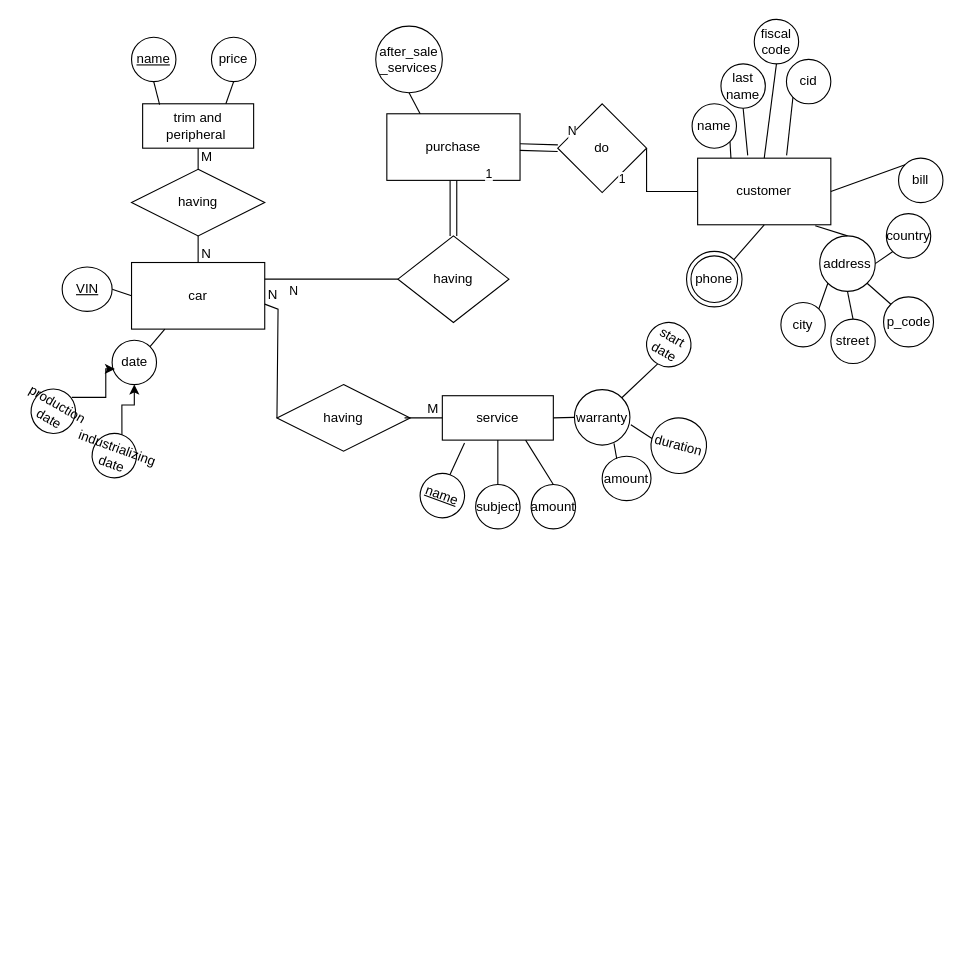
Before: car_manufactoring_conceptual.drawio in mohsenshahii/database, a draw.io diagram. Source tidied: cells renumbered, new cells numbered last; positions are measured from the earlier drawing's top-left corner, leaving out a move shared by most shapes. Both pictures are drawn from the tidied source at 111%, with x=0, y=0 at pixel (30, 19).
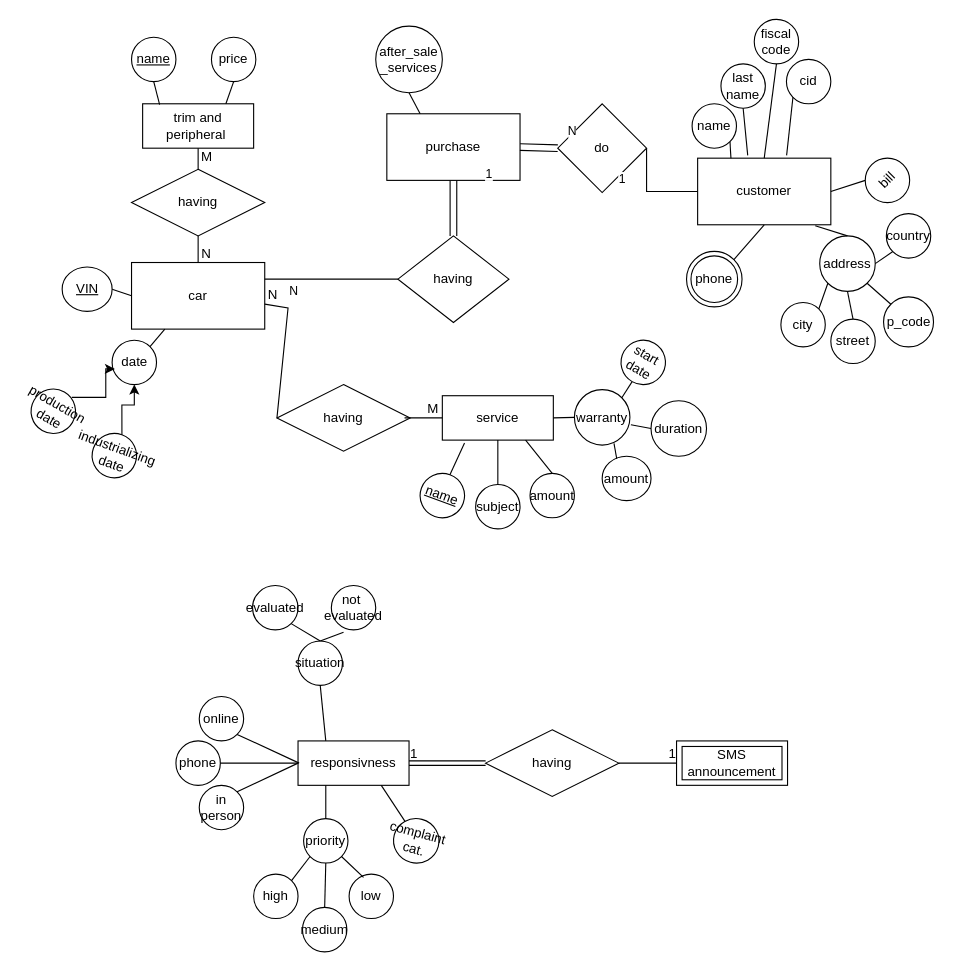
The same diagram, later.

Unchanged cells that the change refers to:
```xml
<mxCell id="33" value="car" style="rounded=0;whiteSpace=wrap;html=1;" parent="1" vertex="1">
  <mxGeometry x="91" y="219" width="120" height="60" as="geometry" />
</mxCell>
<mxCell id="48" value="having" style="shape=rhombus;perimeter=rhombusPerimeter;whiteSpace=wrap;html=1;align=center;rotation=0;" parent="1" vertex="1">
  <mxGeometry x="222" y="329" width="120" height="60" as="geometry" />
</mxCell>
```

Change to the diagram source:
```diff
@@
-    <mxCell id="13" value="bill" style="ellipse;whiteSpace=wrap;html=1;" parent="1" vertex="1">
-      <mxGeometry x="782" y="125" width="40" height="40" as="geometry" />
+    <mxCell id="13" value="bill" style="ellipse;whiteSpace=wrap;html=1;rotation=-45;" parent="1" vertex="1">
+      <mxGeometry x="752" y="125" width="40" height="40" as="geometry" />
     </mxCell>
@@
     <mxCell id="49" style="endArrow=none;html=1;rounded=0;entryX=1;entryY=0.625;entryDx=0;entryDy=0;entryPerimeter=0;exitX=0;exitY=0.5;exitDx=0;exitDy=0;" parent="1" edge="1" source="48" target="33">
       <mxGeometry relative="1" as="geometry">
         <Array as="points">
-          <mxPoint x="223" y="261" />
+          <mxPoint x="232" y="260" />
         </Array>
       </mxGeometry>
     </mxCell>
@@
     <mxCell id="57" value="amount" style="ellipse;whiteSpace=wrap;html=1;align=center;" parent="1" vertex="1">
-      <mxGeometry x="451" y="419" width="40" height="40" as="geometry" />
+      <mxGeometry x="450" y="409" width="40" height="40" as="geometry" />
     </mxCell>
@@
     <mxCell id="62" value="start&lt;br&gt;date" style="ellipse;whiteSpace=wrap;html=1;align=center;rotation=30;" parent="1" vertex="1">
-      <mxGeometry x="555" y="273" width="40" height="40" as="geometry" />
+      <mxGeometry x="532" y="289" width="40" height="40" as="geometry" />
     </mxCell>
-    <mxCell id="63" value="duration" style="ellipse;whiteSpace=wrap;html=1;align=center;rotation=15;" parent="1" vertex="1">
-      <mxGeometry x="559" y="359" width="50" height="50" as="geometry" />
+    <mxCell id="63" value="duration" style="ellipse;whiteSpace=wrap;html=1;align=center;rotation=0;" parent="1" vertex="1">
+      <mxGeometry x="559" y="343.5" width="50" height="50" as="geometry" />
     </mxCell>
@@
+    <mxCell id="77" value="responsivness" style="whiteSpace=wrap;html=1;align=center;" parent="1" vertex="1">
+      <mxGeometry x="241" y="650" width="100" height="40" as="geometry" />
+    </mxCell>
+    <mxCell id="78" value="having" style="shape=rhombus;perimeter=rhombusPerimeter;whiteSpace=wrap;html=1;align=center;" parent="1" vertex="1">
+      <mxGeometry x="410" y="640" width="120" height="60" as="geometry" />
+    </mxCell>
+    <mxCell id="79" value="SMS announcement" style="shape=ext;margin=3;double=1;whiteSpace=wrap;html=1;align=center;" parent="1" vertex="1">
+      <mxGeometry x="582" y="650" width="100" height="40" as="geometry" />
+    </mxCell>
+    <mxCell id="80" style="shape=link;html=1;rounded=0;entryX=1;entryY=0.5;entryDx=0;entryDy=0;exitX=0;exitY=0.5;exitDx=0;exitDy=0;" parent="1" edge="1" source="78" target="77">
+      <mxGeometry relative="1" as="geometry" />
+    </mxCell>
+    <mxCell id="81" value="1" style="html=1;align=right;verticalAlign=bottom;" parent="80" vertex="1">
+      <mxGeometry x="1" relative="1" as="geometry">
+        <mxPoint x="8" as="offset" />
+      </mxGeometry>
+    </mxCell>
+    <mxCell id="82" style="endArrow=none;html=1;rounded=0;entryX=0;entryY=0.5;entryDx=0;entryDy=0;exitX=1;exitY=0.5;exitDx=0;exitDy=0;" parent="1" edge="1" source="78" target="79">
+      <mxGeometry relative="1" as="geometry" />
+    </mxCell>
+    <mxCell id="83" value="1" style="html=1;align=right;verticalAlign=bottom;" parent="82" vertex="1">
+      <mxGeometry x="1" relative="1" as="geometry" />
+    </mxCell>
+    <mxCell id="84" value="online" style="ellipse;whiteSpace=wrap;html=1;align=center;" parent="1" vertex="1">
+      <mxGeometry x="152" y="610" width="40" height="40" as="geometry" />
+    </mxCell>
+    <mxCell id="85" value="phone" style="ellipse;whiteSpace=wrap;html=1;align=center;" parent="1" vertex="1">
+      <mxGeometry x="131" y="650" width="40" height="40" as="geometry" />
+    </mxCell>
+    <mxCell id="86" value="in person" style="ellipse;whiteSpace=wrap;html=1;align=center;" parent="1" vertex="1">
+      <mxGeometry x="152" y="690" width="40" height="40" as="geometry" />
+    </mxCell>
+    <mxCell id="87" style="endArrow=none;html=1;rounded=0;exitX=1;exitY=1;exitDx=0;exitDy=0;" parent="1" edge="1" source="84">
+      <mxGeometry relative="1" as="geometry">
+        <mxPoint x="242" y="670" as="targetPoint" />
+      </mxGeometry>
+    </mxCell>
+    <mxCell id="88" style="endArrow=none;html=1;rounded=0;entryX=0;entryY=0.5;entryDx=0;entryDy=0;exitX=1;exitY=0.5;exitDx=0;exitDy=0;" parent="1" edge="1" source="85" target="77">
+      <mxGeometry relative="1" as="geometry" />
+    </mxCell>
+    <mxCell id="89" style="endArrow=none;html=1;rounded=0;entryX=0;entryY=0.5;entryDx=0;entryDy=0;exitX=1;exitY=0;exitDx=0;exitDy=0;" parent="1" edge="1" source="86" target="77">
+      <mxGeometry relative="1" as="geometry" />
+    </mxCell>
+    <mxCell id="90" value="priority" style="ellipse;whiteSpace=wrap;html=1;align=center;" parent="1" vertex="1">
+      <mxGeometry x="246" y="720" width="40" height="40" as="geometry" />
+    </mxCell>
+    <mxCell id="91" style="endArrow=none;html=1;rounded=0;entryX=0.5;entryY=0;entryDx=0;entryDy=0;exitX=0.25;exitY=1;exitDx=0;exitDy=0;" parent="1" edge="1" source="77" target="90">
+      <mxGeometry relative="1" as="geometry" />
+    </mxCell>
+    <mxCell id="92" value="high" style="ellipse;whiteSpace=wrap;html=1;align=center;" parent="1" vertex="1">
+      <mxGeometry x="201" y="770" width="40" height="40" as="geometry" />
+    </mxCell>
+    <mxCell id="93" value="medium" style="ellipse;whiteSpace=wrap;html=1;align=center;" parent="1" vertex="1">
+      <mxGeometry x="245" y="800" width="40" height="40" as="geometry" />
+    </mxCell>
+    <mxCell id="94" value="low" style="ellipse;whiteSpace=wrap;html=1;align=center;" parent="1" vertex="1">
+      <mxGeometry x="287" y="770" width="40" height="40" as="geometry" />
+    </mxCell>
+    <mxCell id="95" style="endArrow=none;html=1;rounded=0;exitX=0;exitY=1;exitDx=0;exitDy=0;entryX=1;entryY=0;entryDx=0;entryDy=0;" parent="1" edge="1" source="90" target="92">
+      <mxGeometry relative="1" as="geometry" />
+    </mxCell>
+    <mxCell id="96" style="endArrow=none;html=1;rounded=0;exitX=0.5;exitY=1;exitDx=0;exitDy=0;entryX=0.5;entryY=0;entryDx=0;entryDy=0;" parent="1" edge="1" source="90" target="93">
+      <mxGeometry relative="1" as="geometry" />
+    </mxCell>
+    <mxCell id="97" style="endArrow=none;html=1;rounded=0;entryX=0.325;entryY=0.075;entryDx=0;entryDy=0;entryPerimeter=0;exitX=1;exitY=1;exitDx=0;exitDy=0;" parent="1" edge="1" source="90" target="94">
+      <mxGeometry relative="1" as="geometry" />
+    </mxCell>
+    <mxCell id="98" value="situation" style="ellipse;whiteSpace=wrap;html=1;align=center;" parent="1" vertex="1">
+      <mxGeometry x="241" y="560" width="40" height="40" as="geometry" />
+    </mxCell>
+    <mxCell id="99" style="endArrow=none;html=1;rounded=0;exitX=0.5;exitY=1;exitDx=0;exitDy=0;entryX=0.25;entryY=0;entryDx=0;entryDy=0;" parent="1" edge="1" source="98" target="77">
+      <mxGeometry relative="1" as="geometry" />
+    </mxCell>
+    <mxCell id="100" value="evaluated" style="ellipse;whiteSpace=wrap;html=1;align=center;" parent="1" vertex="1">
+      <mxGeometry x="200" y="510" width="41" height="40" as="geometry" />
+    </mxCell>
+    <mxCell id="101" value="not&amp;nbsp;&lt;br&gt;evaluated" style="ellipse;whiteSpace=wrap;html=1;align=center;" parent="1" vertex="1">
+      <mxGeometry x="271" y="510" width="40" height="40" as="geometry" />
+    </mxCell>
+    <mxCell id="102" style="endArrow=none;html=1;rounded=0;exitX=0.5;exitY=0;exitDx=0;exitDy=0;entryX=1;entryY=1;entryDx=0;entryDy=0;" parent="1" edge="1" source="98" target="100">
+      <mxGeometry relative="1" as="geometry" />
+    </mxCell>
+    <mxCell id="103" style="endArrow=none;html=1;rounded=0;entryX=0.5;entryY=0;entryDx=0;entryDy=0;exitX=0.275;exitY=1.05;exitDx=0;exitDy=0;exitPerimeter=0;" parent="1" edge="1" source="101" target="98">
+      <mxGeometry relative="1" as="geometry" />
+    </mxCell>
+    <mxCell id="104" value="complaint &lt;br&gt;cat." style="ellipse;whiteSpace=wrap;html=1;align=center;rotation=15;" parent="1" vertex="1">
+      <mxGeometry x="327" y="720" width="41" height="40" as="geometry" />
+    </mxCell>
+    <mxCell id="105" style="endArrow=none;html=1;rounded=0;exitX=0.75;exitY=1;exitDx=0;exitDy=0;entryX=0;entryY=0;entryDx=0;entryDy=0;" parent="1" edge="1" source="77" target="104">
+      <mxGeometry relative="1" as="geometry" />
+    </mxCell>
```
